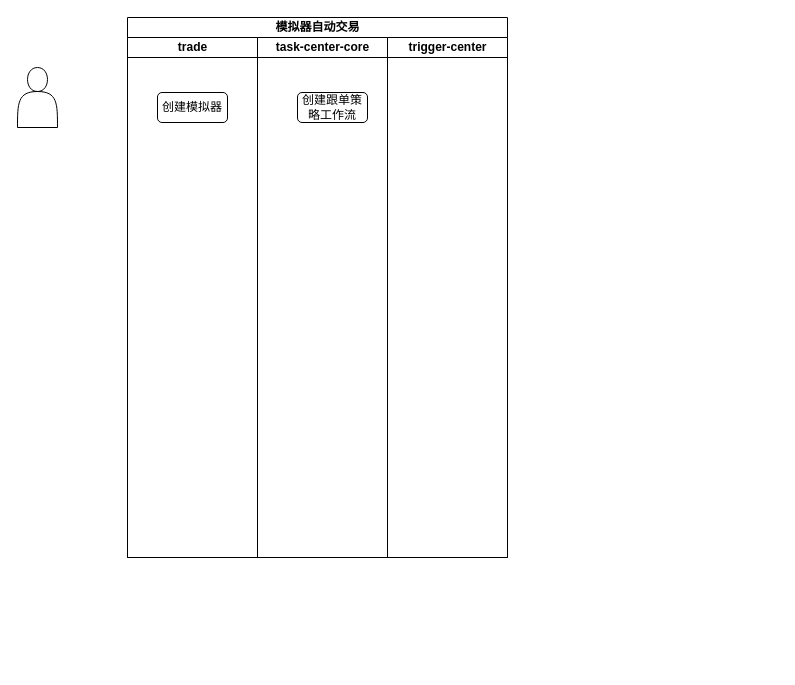
Before: 策略买入工作流.drawio in ZiHengLee/drawio, a draw.io diagram. Source tidied: cells renumbered, new cells numbered last; positions are measured from the earlier drawing's top-left corner, leaving out a move shared by most shapes. Both pictures are drawn from the tidied source at 100%, with x=0, y=0 at pixel (17, 17).
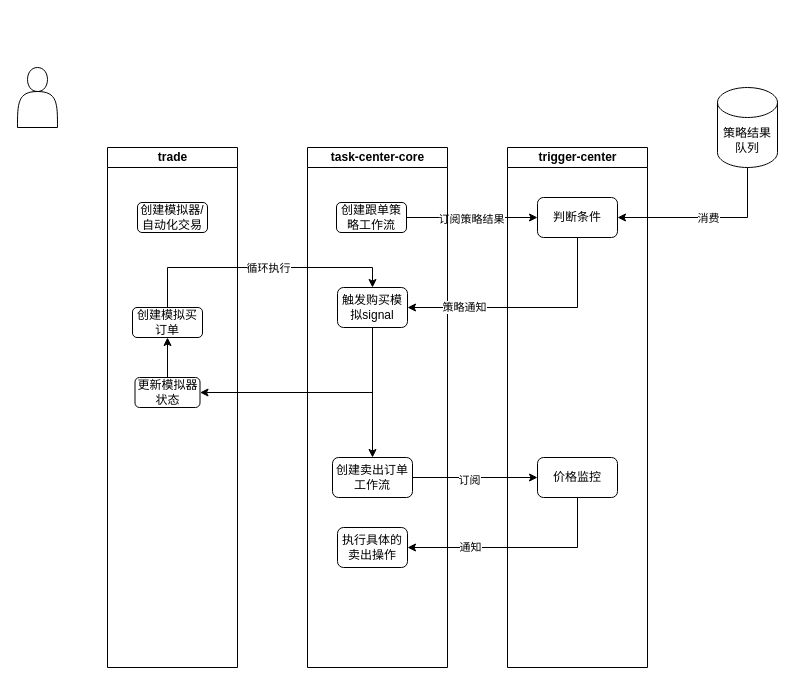
Above is the later version.

Commit message (it also covers changes not shown here):
更新策略买入工作流.drawio

The edit, as a diff of the source:
```diff
@@
-    <mxCell id="2" value="模拟器自动交易" style="swimlane;startSize=20;html=1;" parent="1" vertex="1">
-      <mxGeometry x="110" width="380" height="540" as="geometry" />
-    </mxCell>
+    <mxCell id="8" style="shape=actor;whiteSpace=wrap;html=1;" parent="1" vertex="1">
+      <mxGeometry y="50" width="40" height="60" as="geometry" />
+    </mxCell>
+    <mxCell id="9" style="edgeStyle=orthogonalEdgeStyle;rounded=0;jettySize=auto;html=1;exitX=0.5;exitY=1;exitDx=0;exitDy=0;exitPerimeter=0;entryX=1;entryY=0.5;entryDx=0;entryDy=0;" parent="1" edge="1" source="11" target="12">
+      <mxGeometry relative="1" as="geometry" />
+    </mxCell>
+    <mxCell id="10" value="消费" style="edgeLabel;html=1;align=center;verticalAlign=middle;" parent="9" vertex="1">
+      <mxGeometry relative="1" as="geometry" />
+    </mxCell>
+    <mxCell id="11" value="策略结果队列" style="shape=cylinder3;whiteSpace=wrap;html=1;boundedLbl=1;backgroundOutline=1;size=15;" parent="1" vertex="1">
+      <mxGeometry x="700" y="70" width="60" height="80" as="geometry" />
+    </mxCell>
+    <mxCell id="7" value="trigger-center" style="swimlane;startSize=20;html=1;" parent="1" vertex="1">
+      <mxGeometry x="490" y="130" width="140" height="520" as="geometry" />
+    </mxCell>
+    <mxCell id="12" value="判断条件" style="rounded=1;whiteSpace=wrap;html=1;" parent="7" vertex="1">
+      <mxGeometry x="30" y="50" width="80" height="40" as="geometry" />
+    </mxCell>
+    <mxCell id="13" value="价格监控" style="rounded=1;whiteSpace=wrap;html=1;" parent="7" vertex="1">
+      <mxGeometry x="30" y="310" width="80" height="40" as="geometry" />
+    </mxCell>
+    <mxCell id="14" style="edgeStyle=orthogonalEdgeStyle;rounded=0;jettySize=auto;html=1;exitX=1;exitY=0.5;exitDx=0;exitDy=0;entryX=0;entryY=0.5;entryDx=0;entryDy=0;" parent="1" edge="1" source="6" target="12">
+      <mxGeometry relative="1" as="geometry" />
+    </mxCell>
+    <mxCell id="15" value="订阅策略结果" style="edgeLabel;html=1;align=center;verticalAlign=middle;" parent="14" vertex="1">
+      <mxGeometry x="-0.02" y="-1" relative="1" as="geometry" />
+    </mxCell>
-    <mxCell id="3" value="trade" style="swimlane;startSize=20;html=1;" parent="2" vertex="1">
-      <mxGeometry y="20" width="130" height="520" as="geometry" />
+    <mxCell id="3" value="trade" style="swimlane;startSize=20;html=1;" parent="1" vertex="1">
+      <mxGeometry x="90" y="130" width="130" height="520" as="geometry" />
     </mxCell>
-    <mxCell id="4" value="创建模拟器" style="rounded=1;whiteSpace=wrap;html=1;" parent="3" vertex="1">
+    <mxCell id="4" value="创建模拟器/自动化交易" style="rounded=1;whiteSpace=wrap;html=1;" parent="3" vertex="1">
       <mxGeometry x="30" y="55" width="70" height="30" as="geometry" />
     </mxCell>
+    <mxCell id="16" style="edgeStyle=orthogonalEdgeStyle;rounded=0;jettySize=auto;html=1;exitX=0.5;exitY=0;exitDx=0;exitDy=0;entryX=0.5;entryY=1;entryDx=0;entryDy=0;" parent="3" edge="1" source="17" target="18">
+      <mxGeometry relative="1" as="geometry" />
+    </mxCell>
+    <mxCell id="17" value="更新模拟器状态" style="rounded=1;whiteSpace=wrap;html=1;" parent="3" vertex="1">
+      <mxGeometry x="27.5" y="230" width="65" height="30" as="geometry" />
+    </mxCell>
+    <mxCell id="18" value="创建模拟买订单" style="rounded=1;whiteSpace=wrap;html=1;" parent="3" vertex="1">
+      <mxGeometry x="25" y="160" width="70" height="30" as="geometry" />
+    </mxCell>
-    <mxCell id="5" value="task-center-core" style="swimlane;startSize=20;html=1;" parent="2" vertex="1">
-      <mxGeometry x="130" y="20" width="130" height="520" as="geometry" />
+    <mxCell id="5" value="task-center-core" style="swimlane;startSize=20;html=1;" parent="1" vertex="1">
+      <mxGeometry x="290" y="130" width="140" height="520" as="geometry" />
     </mxCell>
     <mxCell id="6" value="创建跟单策略工作流" style="rounded=1;whiteSpace=wrap;html=1;" parent="5" vertex="1">
-      <mxGeometry x="40" y="55" width="70" height="30" as="geometry" />
+      <mxGeometry x="29" y="55" width="70" height="30" as="geometry" />
     </mxCell>
-    <mxCell id="7" value="trigger-center" style="swimlane;startSize=20;html=1;" parent="2" vertex="1">
-      <mxGeometry x="260" y="20" width="120" height="520" as="geometry" />
-    </mxCell>
-    <mxCell id="8" style="shape=actor;whiteSpace=wrap;html=1;" parent="1" vertex="1">
-      <mxGeometry y="50" width="40" height="60" as="geometry" />
-    </mxCell>
+    <mxCell id="19" style="edgeStyle=orthogonalEdgeStyle;rounded=0;jettySize=auto;html=1;exitX=0.5;exitY=1;exitDx=0;exitDy=0;entryX=0.5;entryY=0;entryDx=0;entryDy=0;" parent="5" edge="1" source="20" target="21">
+      <mxGeometry relative="1" as="geometry" />
+    </mxCell>
+    <mxCell id="20" value="触发购买模拟signal" style="rounded=1;whiteSpace=wrap;html=1;" parent="5" vertex="1">
+      <mxGeometry x="30" y="140" width="70" height="40" as="geometry" />
+    </mxCell>
+    <mxCell id="21" value="创建卖出订单工作流" style="rounded=1;whiteSpace=wrap;html=1;" parent="5" vertex="1">
+      <mxGeometry x="25" y="310" width="80" height="40" as="geometry" />
+    </mxCell>
+    <mxCell id="22" value="执行具体的卖出操作" style="rounded=1;whiteSpace=wrap;html=1;" parent="5" vertex="1">
+      <mxGeometry x="30" y="380" width="70" height="40" as="geometry" />
+    </mxCell>
+    <mxCell id="23" style="edgeStyle=orthogonalEdgeStyle;rounded=0;jettySize=auto;html=1;exitX=0.5;exitY=1;exitDx=0;exitDy=0;entryX=1;entryY=0.5;entryDx=0;entryDy=0;" parent="1" edge="1" source="12" target="20">
+      <mxGeometry relative="1" as="geometry" />
+    </mxCell>
+    <mxCell id="24" value="策略通知" style="edgeLabel;html=1;align=center;verticalAlign=middle;" parent="23" vertex="1">
+      <mxGeometry x="0.53" y="-1" relative="1" as="geometry" />
+    </mxCell>
+    <mxCell id="25" style="edgeStyle=orthogonalEdgeStyle;rounded=0;jettySize=auto;html=1;exitX=1;exitY=0.5;exitDx=0;exitDy=0;entryX=0;entryY=0.5;entryDx=0;entryDy=0;" parent="1" edge="1" source="21" target="13">
+      <mxGeometry relative="1" as="geometry" />
+    </mxCell>
+    <mxCell id="26" value="订阅" style="edgeLabel;html=1;align=center;verticalAlign=middle;" parent="25" vertex="1">
+      <mxGeometry x="-0.1" y="-2" relative="1" as="geometry" />
+    </mxCell>
+    <mxCell id="27" style="edgeStyle=orthogonalEdgeStyle;rounded=0;jettySize=auto;html=1;exitX=0.5;exitY=1;exitDx=0;exitDy=0;entryX=1;entryY=0.5;entryDx=0;entryDy=0;" parent="1" edge="1" source="20" target="17">
+      <mxGeometry relative="1" as="geometry" />
+    </mxCell>
+    <mxCell id="28" style="edgeStyle=orthogonalEdgeStyle;rounded=0;jettySize=auto;html=1;exitX=0.5;exitY=0;exitDx=0;exitDy=0;entryX=0.5;entryY=0;entryDx=0;entryDy=0;" parent="1" edge="1" source="18" target="20">
+      <mxGeometry relative="1" as="geometry" />
+    </mxCell>
+    <mxCell id="29" value="循环执行" style="edgeLabel;html=1;align=center;verticalAlign=middle;" parent="28" vertex="1">
+      <mxGeometry x="0.06" relative="1" as="geometry" />
+    </mxCell>
+    <mxCell id="30" style="edgeStyle=orthogonalEdgeStyle;rounded=0;jettySize=auto;html=1;exitX=0.5;exitY=1;exitDx=0;exitDy=0;entryX=1;entryY=0.5;entryDx=0;entryDy=0;" parent="1" edge="1" source="13" target="22">
+      <mxGeometry relative="1" as="geometry" />
+    </mxCell>
+    <mxCell id="31" value="通知" style="edgeLabel;html=1;align=center;verticalAlign=middle;" parent="30" vertex="1">
+      <mxGeometry x="0.44" y="-1" relative="1" as="geometry" />
+    </mxCell>
```
